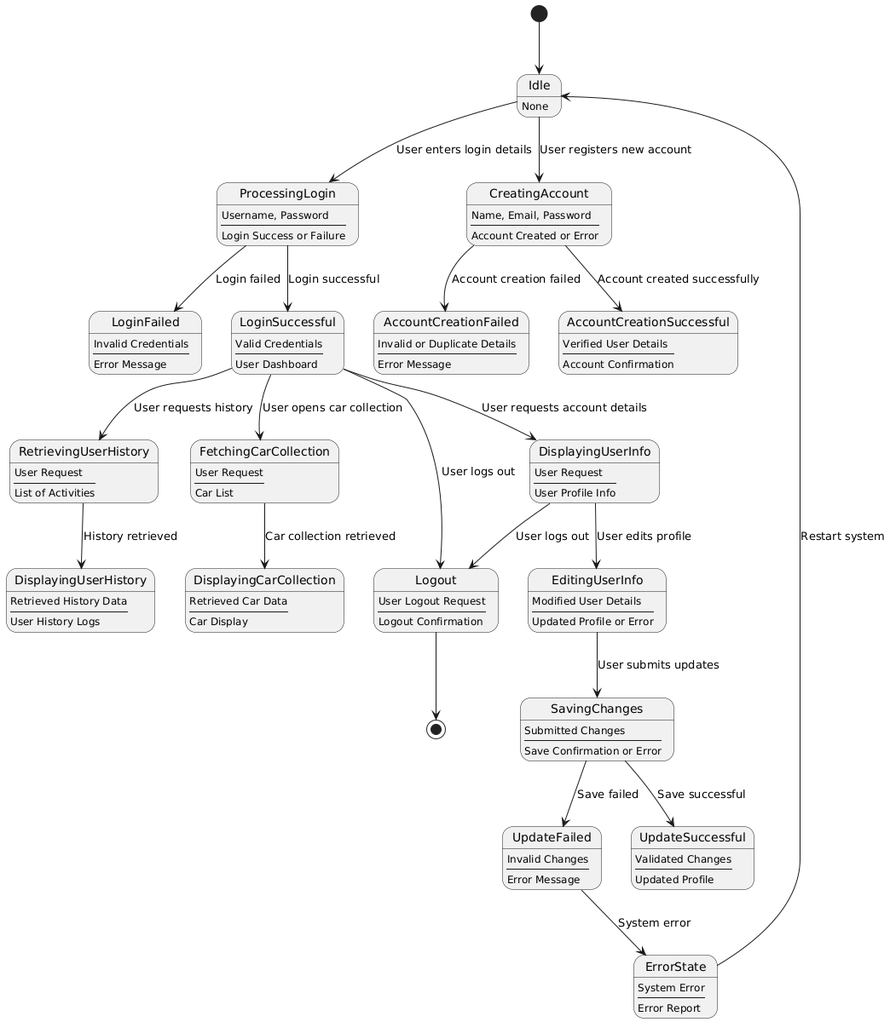
The PlantUML diagram D3/State Diagrams/omar_diagram.png in HashBukhtiar/RideRecon, before a commit. Its source is kept beside it as D3/State Diagrams/Omar_diagram.plantuml. The source it was exported from:
```plantuml
@startuml

[*] --> Idle

state Idle {
  Idle : None
}

state ProcessingLogin {
  ProcessingLogin : Username, Password
  ProcessingLogin : ----
  ProcessingLogin : Login Success or Failure
}

state LoginSuccessful {
  LoginSuccessful : Valid Credentials
  LoginSuccessful : ----
  LoginSuccessful : User Dashboard
}

state LoginFailed {
  LoginFailed : Invalid Credentials
  LoginFailed : ----
  LoginFailed : Error Message
}

state CreatingAccount {
  CreatingAccount : Name, Email, Password
  CreatingAccount : ----
  CreatingAccount : Account Created or Error
}

state AccountCreationSuccessful {
  AccountCreationSuccessful : Verified User Details
  AccountCreationSuccessful : ----
  AccountCreationSuccessful : Account Confirmation
}

state AccountCreationFailed {
  AccountCreationFailed : Invalid or Duplicate Details
  AccountCreationFailed : ----
  AccountCreationFailed : Error Message
}

state DisplayingUserInfo {
  DisplayingUserInfo : User Request
  DisplayingUserInfo : ----
  DisplayingUserInfo : User Profile Info
}

state EditingUserInfo {
  EditingUserInfo : Modified User Details
  EditingUserInfo : ----
  EditingUserInfo : Updated Profile or Error
}

state SavingChanges {
  SavingChanges : Submitted Changes
  SavingChanges : ----
  SavingChanges : Save Confirmation or Error
}

state UpdateSuccessful {
  UpdateSuccessful : Validated Changes
  UpdateSuccessful : ----
  UpdateSuccessful : Updated Profile
}

state UpdateFailed {
  UpdateFailed : Invalid Changes
  UpdateFailed : ----
  UpdateFailed : Error Message
}

state RetrievingUserHistory {
  RetrievingUserHistory : User Request
  RetrievingUserHistory : ----
  RetrievingUserHistory : List of Activities
}

state DisplayingUserHistory {
  DisplayingUserHistory : Retrieved History Data
  DisplayingUserHistory : ----
  DisplayingUserHistory : User History Logs
}

state FetchingCarCollection {
  FetchingCarCollection : User Request
  FetchingCarCollection : ----
  FetchingCarCollection : Car List
}

state DisplayingCarCollection {
  DisplayingCarCollection : Retrieved Car Data
  DisplayingCarCollection : ----
  DisplayingCarCollection : Car Display
}

state ErrorState {
  ErrorState : System Error
  ErrorState : ----
  ErrorState : Error Report
}

state Logout {
  Logout : User Logout Request
  Logout : ----
  Logout : Logout Confirmation
}

Idle --> ProcessingLogin : User enters login details
ProcessingLogin --> LoginSuccessful : Login successful
ProcessingLogin --> LoginFailed : Login failed

Idle --> CreatingAccount : User registers new account
CreatingAccount --> AccountCreationSuccessful : Account created successfully
CreatingAccount --> AccountCreationFailed : Account creation failed

LoginSuccessful --> DisplayingUserInfo : User requests account details
DisplayingUserInfo --> EditingUserInfo : User edits profile
EditingUserInfo --> SavingChanges : User submits updates
SavingChanges --> UpdateSuccessful : Save successful
SavingChanges --> UpdateFailed : Save failed

LoginSuccessful --> RetrievingUserHistory : User requests history
RetrievingUserHistory --> DisplayingUserHistory : History retrieved

LoginSuccessful --> FetchingCarCollection : User opens car collection
FetchingCarCollection --> DisplayingCarCollection : Car collection retrieved

UpdateFailed --> ErrorState : System error

LoginSuccessful --> Logout : User logs out
DisplayingUserInfo --> Logout : User logs out
ErrorState --> Idle : Restart system

Logout --> [*]

@enduml
```
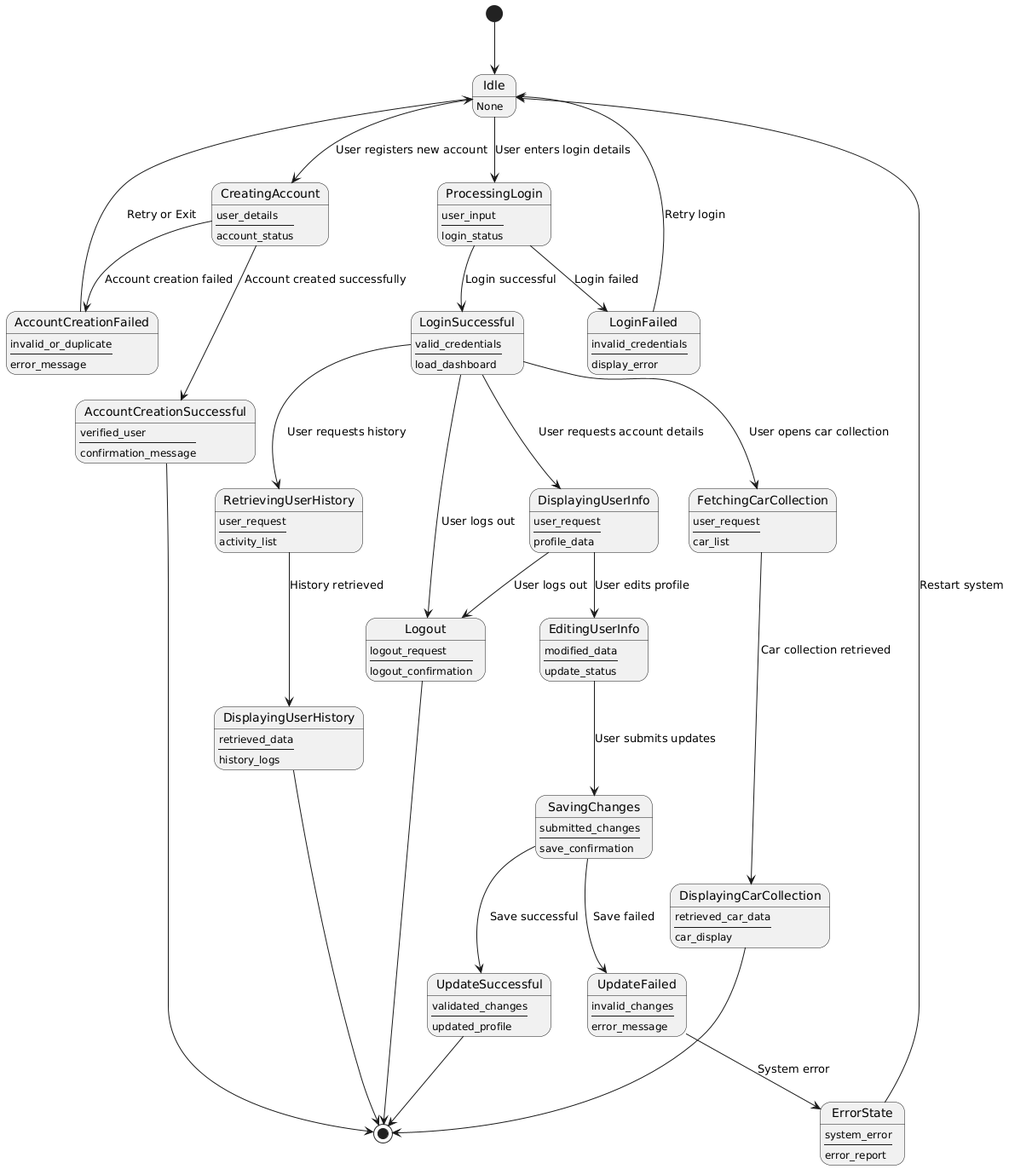
The same file after the commit.

Commit message:
Added section 1.3 and updated Omar and James diagrams in Section 2

Diff of the diagram source:
```diff
@@ -3,118 +3,122 @@
 [*] --> Idle
 
 state Idle {
-  Idle : None
+  Idle :       None
 }
 
 state ProcessingLogin {
-  ProcessingLogin : Username, Password
-  ProcessingLogin : ----
-  ProcessingLogin : Login Success or Failure
+  ProcessingLogin :       user_input
+  ProcessingLogin :       ----
+  ProcessingLogin :       login_status
 }
 
 state LoginSuccessful {
-  LoginSuccessful : Valid Credentials
-  LoginSuccessful : ----
-  LoginSuccessful : User Dashboard
+  LoginSuccessful :       valid_credentials
+  LoginSuccessful :       ----
+  LoginSuccessful :       load_dashboard
 }
 
 state LoginFailed {
-  LoginFailed : Invalid Credentials
-  LoginFailed : ----
-  LoginFailed : Error Message
+  LoginFailed :       invalid_credentials
+  LoginFailed :       ----
+  LoginFailed :       display_error
 }
 
 state CreatingAccount {
-  CreatingAccount : Name, Email, Password
-  CreatingAccount : ----
-  CreatingAccount : Account Created or Error
+  CreatingAccount :       user_details
+  CreatingAccount :       ----
+  CreatingAccount :       account_status
 }
 
 state AccountCreationSuccessful {
-  AccountCreationSuccessful : Verified User Details
-  AccountCreationSuccessful : ----
-  AccountCreationSuccessful : Account Confirmation
+  AccountCreationSuccessful :       verified_user
+  AccountCreationSuccessful :       ----
+  AccountCreationSuccessful :       confirmation_message
 }
 
 state AccountCreationFailed {
-  AccountCreationFailed : Invalid or Duplicate Details
-  AccountCreationFailed : ----
-  AccountCreationFailed : Error Message
+  AccountCreationFailed :       invalid_or_duplicate
+  AccountCreationFailed :       ----
+  AccountCreationFailed :       error_message
 }
 
 state DisplayingUserInfo {
-  DisplayingUserInfo : User Request
-  DisplayingUserInfo : ----
-  DisplayingUserInfo : User Profile Info
+  DisplayingUserInfo :       user_request
+  DisplayingUserInfo :       ----
+  DisplayingUserInfo :       profile_data
 }
 
 state EditingUserInfo {
-  EditingUserInfo : Modified User Details
-  EditingUserInfo : ----
-  EditingUserInfo : Updated Profile or Error
+  EditingUserInfo :       modified_data
+  EditingUserInfo :       ----
+  EditingUserInfo :       update_status
 }
 
 state SavingChanges {
-  SavingChanges : Submitted Changes
-  SavingChanges : ----
-  SavingChanges : Save Confirmation or Error
+  SavingChanges :       submitted_changes
+  SavingChanges :       ----
+  SavingChanges :       save_confirmation
 }
 
 state UpdateSuccessful {
-  UpdateSuccessful : Validated Changes
-  UpdateSuccessful : ----
-  UpdateSuccessful : Updated Profile
+  UpdateSuccessful :       validated_changes
+  UpdateSuccessful :       ----
+  UpdateSuccessful :       updated_profile
 }
 
 state UpdateFailed {
-  UpdateFailed : Invalid Changes
-  UpdateFailed : ----
-  UpdateFailed : Error Message
+  UpdateFailed :       invalid_changes
+  UpdateFailed :       ----
+  UpdateFailed :       error_message
 }
 
 state RetrievingUserHistory {
-  RetrievingUserHistory : User Request
-  RetrievingUserHistory : ----
-  RetrievingUserHistory : List of Activities
+  RetrievingUserHistory :       user_request
+  RetrievingUserHistory :       ----
+  RetrievingUserHistory :       activity_list
 }
 
 state DisplayingUserHistory {
-  DisplayingUserHistory : Retrieved History Data
-  DisplayingUserHistory : ----
-  DisplayingUserHistory : User History Logs
+  DisplayingUserHistory :       retrieved_data
+  DisplayingUserHistory :       ----
+  DisplayingUserHistory :       history_logs
 }
 
 state FetchingCarCollection {
-  FetchingCarCollection : User Request
-  FetchingCarCollection : ----
-  FetchingCarCollection : Car List
+  FetchingCarCollection :       user_request
+  FetchingCarCollection :       ----
+  FetchingCarCollection :       car_list
 }
 
 state DisplayingCarCollection {
-  DisplayingCarCollection : Retrieved Car Data
-  DisplayingCarCollection : ----
-  DisplayingCarCollection : Car Display
+  DisplayingCarCollection :       retrieved_car_data
+  DisplayingCarCollection :       ----
+  DisplayingCarCollection :       car_display
 }
 
 state ErrorState {
-  ErrorState : System Error
-  ErrorState : ----
-  ErrorState : Error Report
+  ErrorState :       system_error
+  ErrorState :       ----
+  ErrorState :       error_report
 }
 
 state Logout {
-  Logout : User Logout Request
-  Logout : ----
-  Logout : Logout Confirmation
+  Logout :       logout_request
+  Logout :       ----
+  Logout :       logout_confirmation
 }
 
 Idle --> ProcessingLogin : User enters login details
 ProcessingLogin --> LoginSuccessful : Login successful
 ProcessingLogin --> LoginFailed : Login failed
 
+LoginFailed --> Idle : Retry login
+
 Idle --> CreatingAccount : User registers new account
 CreatingAccount --> AccountCreationSuccessful : Account created successfully
 CreatingAccount --> AccountCreationFailed : Account creation failed
+
+AccountCreationFailed --> Idle : Retry or Exit
 
 LoginSuccessful --> DisplayingUserInfo : User requests account details
 DisplayingUserInfo --> EditingUserInfo : User edits profile
@@ -122,18 +126,22 @@
 SavingChanges --> UpdateSuccessful : Save successful
 SavingChanges --> UpdateFailed : Save failed
 
+UpdateFailed --> ErrorState : System error
+
 LoginSuccessful --> RetrievingUserHistory : User requests history
 RetrievingUserHistory --> DisplayingUserHistory : History retrieved
 
 LoginSuccessful --> FetchingCarCollection : User opens car collection
 FetchingCarCollection --> DisplayingCarCollection : Car collection retrieved
 
-UpdateFailed --> ErrorState : System error
-
 LoginSuccessful --> Logout : User logs out
 DisplayingUserInfo --> Logout : User logs out
+
 ErrorState --> Idle : Restart system
-
 Logout --> [*]
+UpdateSuccessful --> [*]
+DisplayingUserHistory --> [*]
+DisplayingCarCollection --> [*]
+AccountCreationSuccessful --> [*]
 
 @enduml
```
